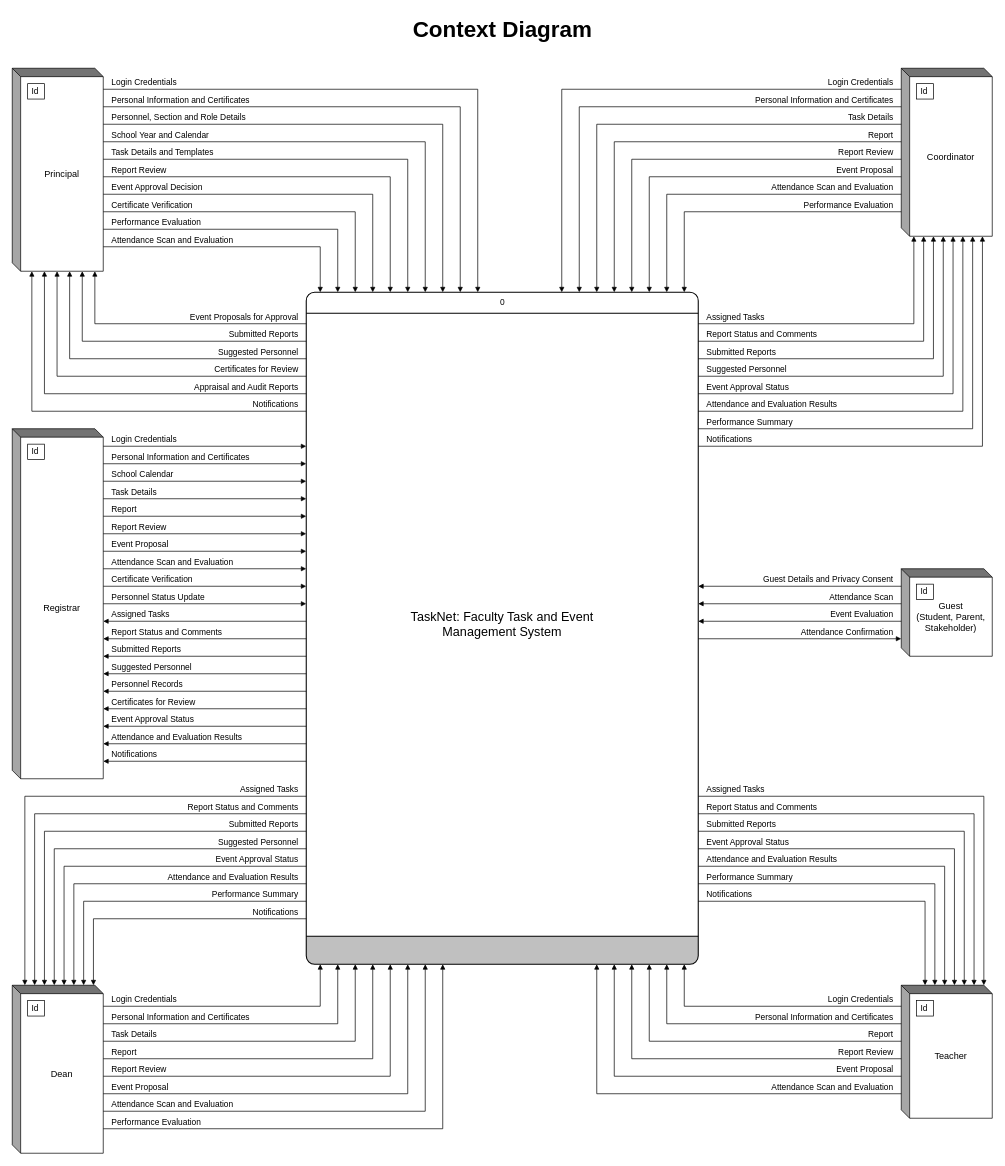
Above: docs/TaskNet_Context_Diagram.drawio in sjekob/Task-and-Event-Management-System (draw.io), before the change. Source tidied: cells renumbered, new cells numbered last; positions are measured from the earlier drawing's top-left corner, leaving out a move shared by most shapes. Both pictures are drawn from the tidied source at 70%, with x=0, y=0 at pixel (12, 12).
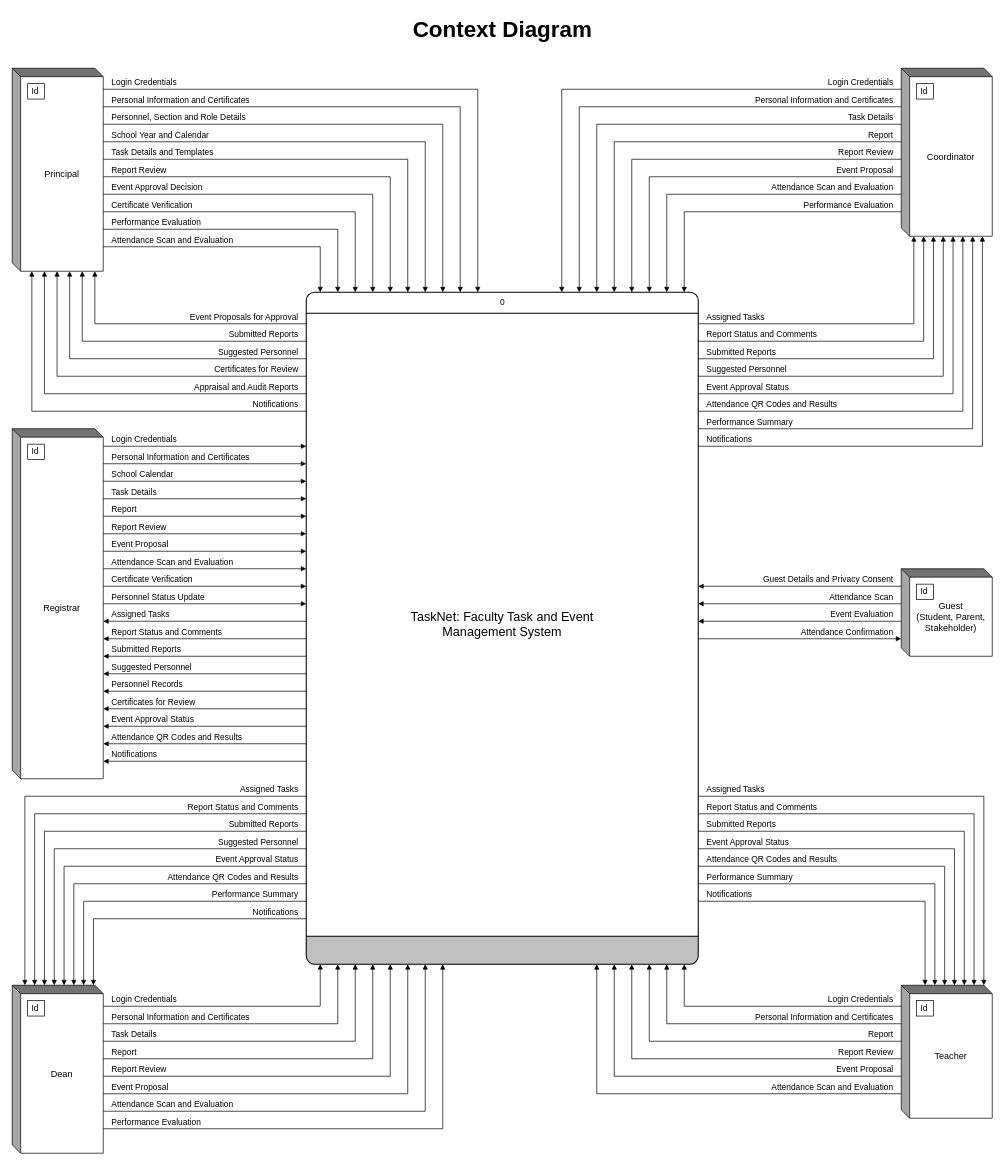
The same page after the edit.

The edit, as a diff of the source:
```diff
@@
-    <mxCell id="134" value="Attendance and Evaluation Results" style="text;html=1;fontFamily=Helvetica;fontSize=12;fontColor=#000000;strokeColor=none;fillColor=none;verticalAlign=middle;align=left;" parent="1" vertex="1">
+    <mxCell id="134" value="Attendance QR Codes and Results" style="text;html=1;fontFamily=Helvetica;fontSize=12;fontColor=#000000;strokeColor=none;fillColor=none;verticalAlign=middle;align=left;" parent="1" vertex="1">
       <mxGeometry x="990" y="553" width="280" height="15" as="geometry" />
     </mxCell>
@@
-    <mxCell id="154" value="Attendance and Evaluation Results" style="text;html=1;fontFamily=Helvetica;fontSize=12;fontColor=#000000;strokeColor=none;fillColor=none;verticalAlign=middle;align=left;" parent="1" vertex="1">
+    <mxCell id="154" value="Attendance QR Codes and Results" style="text;html=1;fontFamily=Helvetica;fontSize=12;fontColor=#000000;strokeColor=none;fillColor=none;verticalAlign=middle;align=left;" parent="1" vertex="1">
       <mxGeometry x="140" y="1028" width="280" height="15" as="geometry" />
     </mxCell>
@@
-    <mxCell id="165" value="Attendance and Evaluation Results" style="text;html=1;fontFamily=Helvetica;fontSize=12;fontColor=#000000;strokeColor=none;fillColor=none;verticalAlign=middle;align=right;" parent="1" vertex="1">
+    <mxCell id="165" value="Attendance QR Codes and Results" style="text;html=1;fontFamily=Helvetica;fontSize=12;fontColor=#000000;strokeColor=none;fillColor=none;verticalAlign=middle;align=right;" parent="1" vertex="1">
       <mxGeometry x="130" y="1228" width="280" height="15" as="geometry" />
     </mxCell>
@@
-    <mxCell id="180" value="Attendance and Evaluation Results" style="text;html=1;fontFamily=Helvetica;fontSize=12;fontColor=#000000;strokeColor=none;fillColor=none;verticalAlign=middle;align=left;" parent="1" vertex="1">
+    <mxCell id="180" value="Attendance QR Codes and Results" style="text;html=1;fontFamily=Helvetica;fontSize=12;fontColor=#000000;strokeColor=none;fillColor=none;verticalAlign=middle;align=left;" parent="1" vertex="1">
       <mxGeometry x="990" y="1203" width="280" height="15" as="geometry" />
     </mxCell>
```
